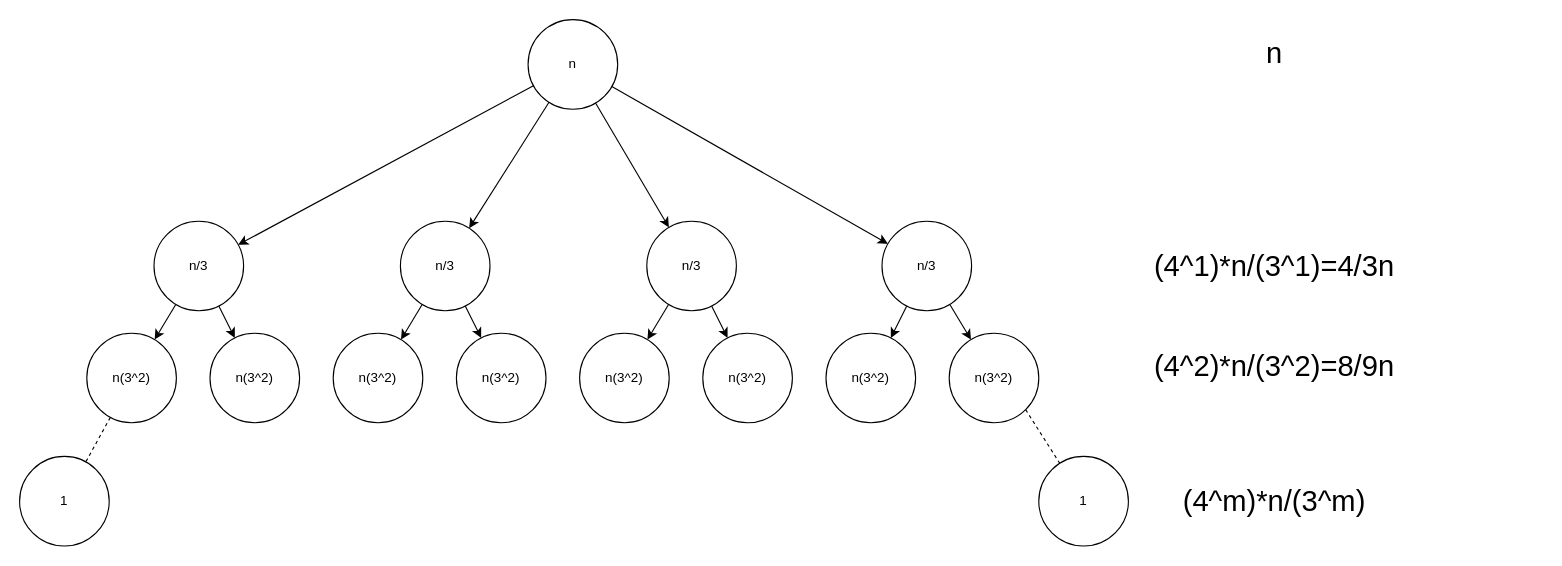
This is page "Page-3" (3 of 3) of ExercisesNew/src/main/java/w12/tasks.drawio from amatzen/SE04-DMAD, a draw.io file, before an edit. Source tidied: cells renumbered, new cells numbered last; positions are measured from the earlier drawing's top-left corner, leaving out a move shared by most shapes. Both pictures are drawn from the tidied source at 112%, with x=0, y=0 at pixel (19, 19).
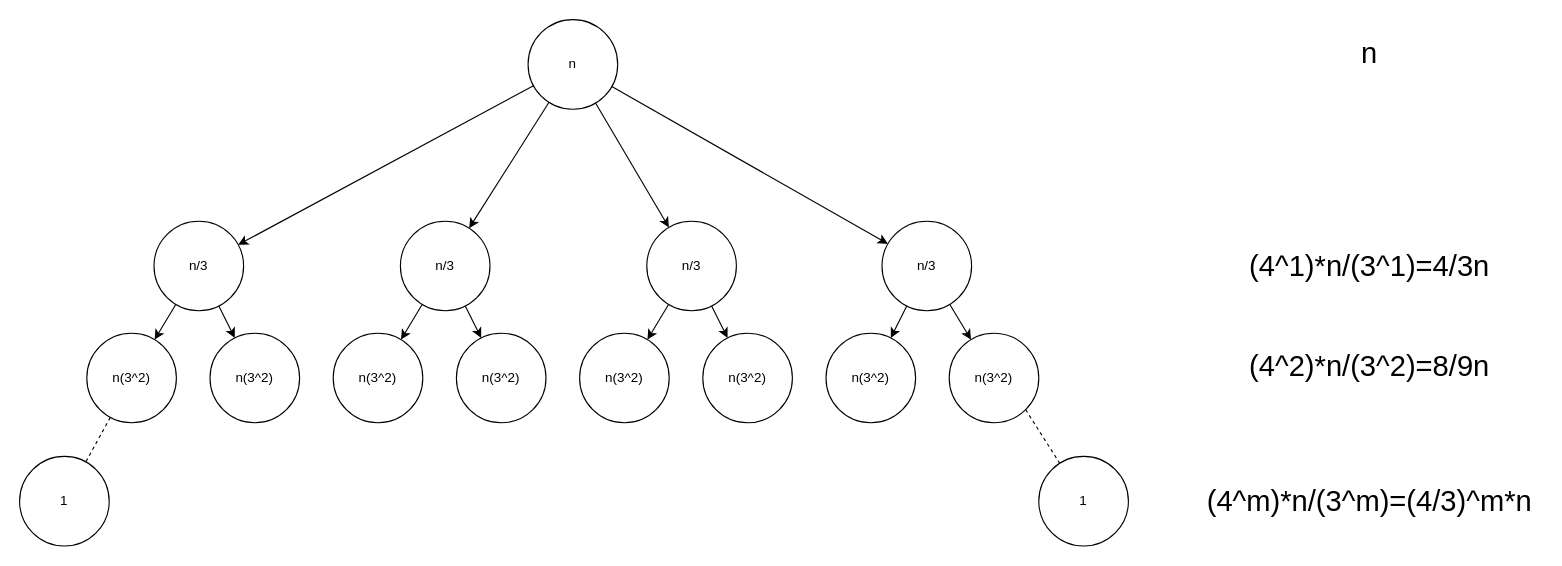
The same diagram, later.

Diff of the diagram source:
```diff
@@
     <mxCell id="31" value="&lt;font style=&quot;font-size: 26px&quot;&gt;n&lt;/font&gt;" style="text;html=1;align=center;verticalAlign=middle;strokeColor=none;fillColor=none;" parent="1" vertex="1">
-      <mxGeometry x="1105" y="20" width="30" height="20" as="geometry" />
+      <mxGeometry x="1190" y="20" width="30" height="20" as="geometry" />
     </mxCell>
     <mxCell id="32" value="&lt;font style=&quot;font-size: 26px&quot;&gt;(4^1)*n/(3^1)=4/3n&lt;/font&gt;" style="text;html=1;align=center;verticalAlign=middle;strokeColor=none;fillColor=none;" parent="1" vertex="1">
-      <mxGeometry x="1005" y="210" width="230" height="20" as="geometry" />
+      <mxGeometry x="1090" y="210" width="230" height="20" as="geometry" />
     </mxCell>
     <mxCell id="33" value="&lt;span style=&quot;font-size: 26px&quot;&gt;(4^2)*n/(3^2)=8/9n&lt;/span&gt;" style="text;html=1;align=center;verticalAlign=middle;strokeColor=none;fillColor=none;" parent="1" vertex="1">
-      <mxGeometry x="1005" y="300" width="230" height="20" as="geometry" />
+      <mxGeometry x="1090" y="300" width="230" height="20" as="geometry" />
     </mxCell>
-    <mxCell id="34" value="&lt;span style=&quot;font-size: 26px&quot;&gt;(4^m)*n/(3^m)&lt;/span&gt;" style="text;html=1;align=center;verticalAlign=middle;strokeColor=none;fillColor=none;" parent="1" vertex="1">
-      <mxGeometry x="1030" y="420" width="180" height="20" as="geometry" />
+    <mxCell id="34" value="&lt;span style=&quot;font-size: 26px&quot;&gt;(4^m)*n/(3^m)=(4/3)^m*n&lt;/span&gt;" style="text;html=1;align=center;verticalAlign=middle;strokeColor=none;fillColor=none;" parent="1" vertex="1">
+      <mxGeometry x="1050" y="420" width="310" height="20" as="geometry" />
     </mxCell>
```
